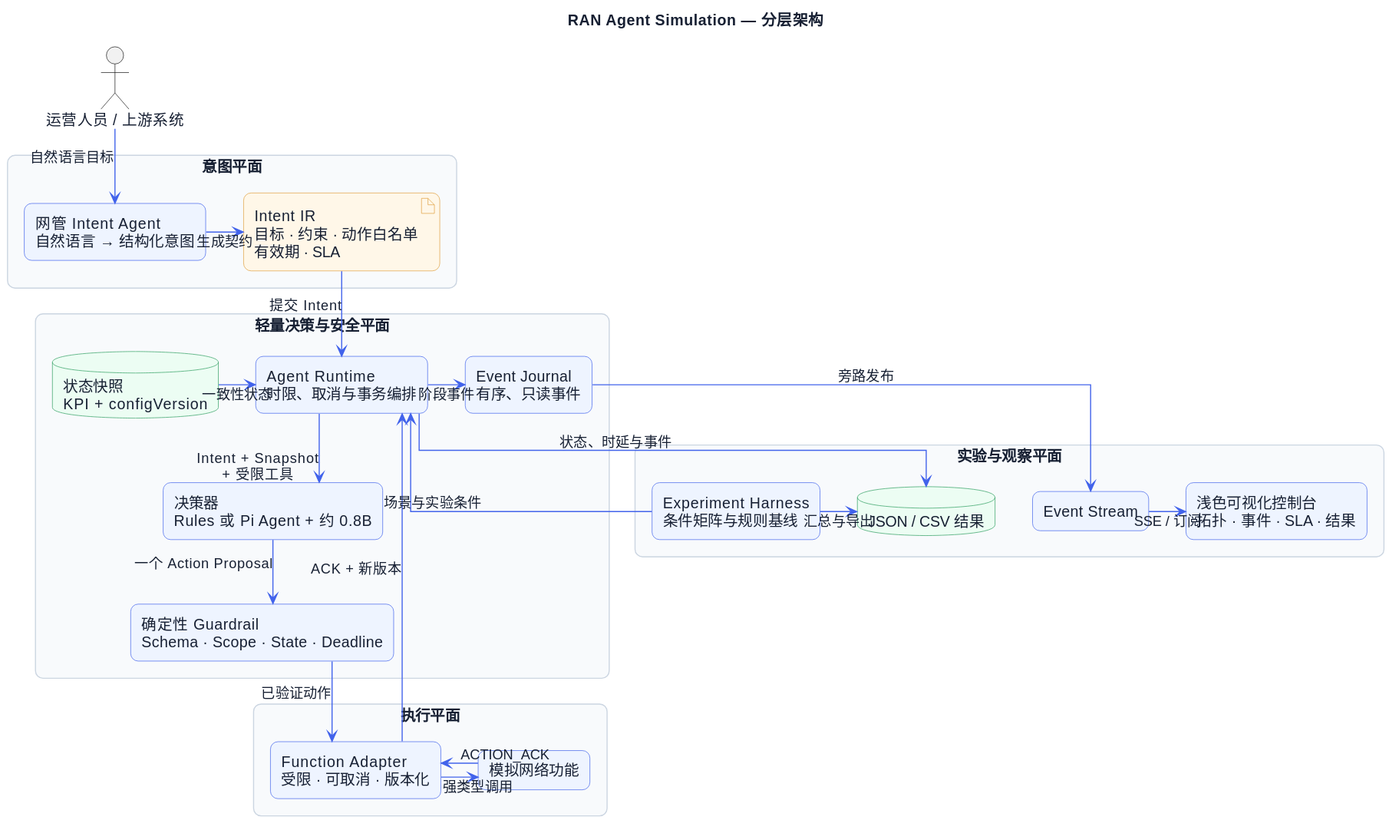
remonlimao-maker/ran-agent-simulation keeps this PlantUML diagram as docs/diagrams/architecture.svg. Above is the earlier version. The source it was exported from:
```plantuml
@startuml
title RAN Agent Simulation — 分层架构

top to bottom direction
skinparam backgroundColor #FFFFFF
skinparam shadowing false
skinparam roundcorner 14
skinparam linetype ortho
skinparam defaultFontName SansSerif
skinparam defaultFontColor #172033
skinparam ArrowColor #4263EB
skinparam packageStyle rectangle
skinparam componentStyle rectangle
skinparam package {
  BackgroundColor #F8FAFC
  BorderColor #CBD5E1
  FontColor #172033
}
skinparam component {
  BackgroundColor #EEF4FF
  BorderColor #4263EB
  FontColor #172033
}
skinparam artifact {
  BackgroundColor #FFF7E8
  BorderColor #E09F3E
  FontColor #172033
}
skinparam database {
  BackgroundColor #ECFDF3
  BorderColor #2F9E60
  FontColor #172033
}

actor "运营人员 / 上游系统" as Operator

package "意图平面" as IntentPlane {
  [网管 Intent Agent\n自然语言 → 结构化意图] as IntentAgent
  artifact "Intent IR\n目标 · 约束 · 动作白名单\n有效期 · SLA" as IntentIR
  IntentAgent -right-> IntentIR : 生成契约
}

package "轻量决策与安全平面" as DecisionPlane {
  [Agent Runtime\n时限、取消与事务编排] as Runtime
  database "状态快照\nKPI + configVersion" as Snapshot
  [决策器\nRules 或 Pi Agent + 约 0.8B] as Decision
  [确定性 Guardrail\nSchema · Scope · State · Deadline] as Guard
  [Event Journal\n有序、只读事件] as Journal

  Snapshot -right-> Runtime : 一致性状态
  Runtime -down-> Decision : Intent + Snapshot\n+ 受限工具
  Decision -down-> Guard : 一个 Action Proposal
  Runtime -right-> Journal : 阶段事件
}

package "执行平面" as ExecutionPlane {
  [Function Adapter\n受限 · 可取消 · 版本化] as Adapter
  [模拟网络功能] as Functions
  Adapter -right-> Functions : 强类型调用
  Functions -left-> Adapter : ACTION_ACK
}

package "实验与观察平面" as ObservePlane {
  [Experiment Harness\n条件矩阵与规则基线] as Harness
  [Event Stream] as Stream
  [浅色可视化控制台\n拓扑 · 事件 · SLA · 结果] as UI
  database "JSON / CSV 结果" as Results

  Stream -right-> UI : SSE / 订阅
  Harness -right-> Results : 汇总与导出
}

Operator -down-> IntentAgent : 自然语言目标
IntentIR -down-> Runtime : 提交 Intent
Guard -down-> Adapter : 已验证动作
Adapter -up-> Runtime : ACK + 新版本

Harness -up-> Runtime : 场景与实验条件
Runtime -down-> Results : 状态、时延与事件
Journal -down-> Stream : 旁路发布
@enduml
```
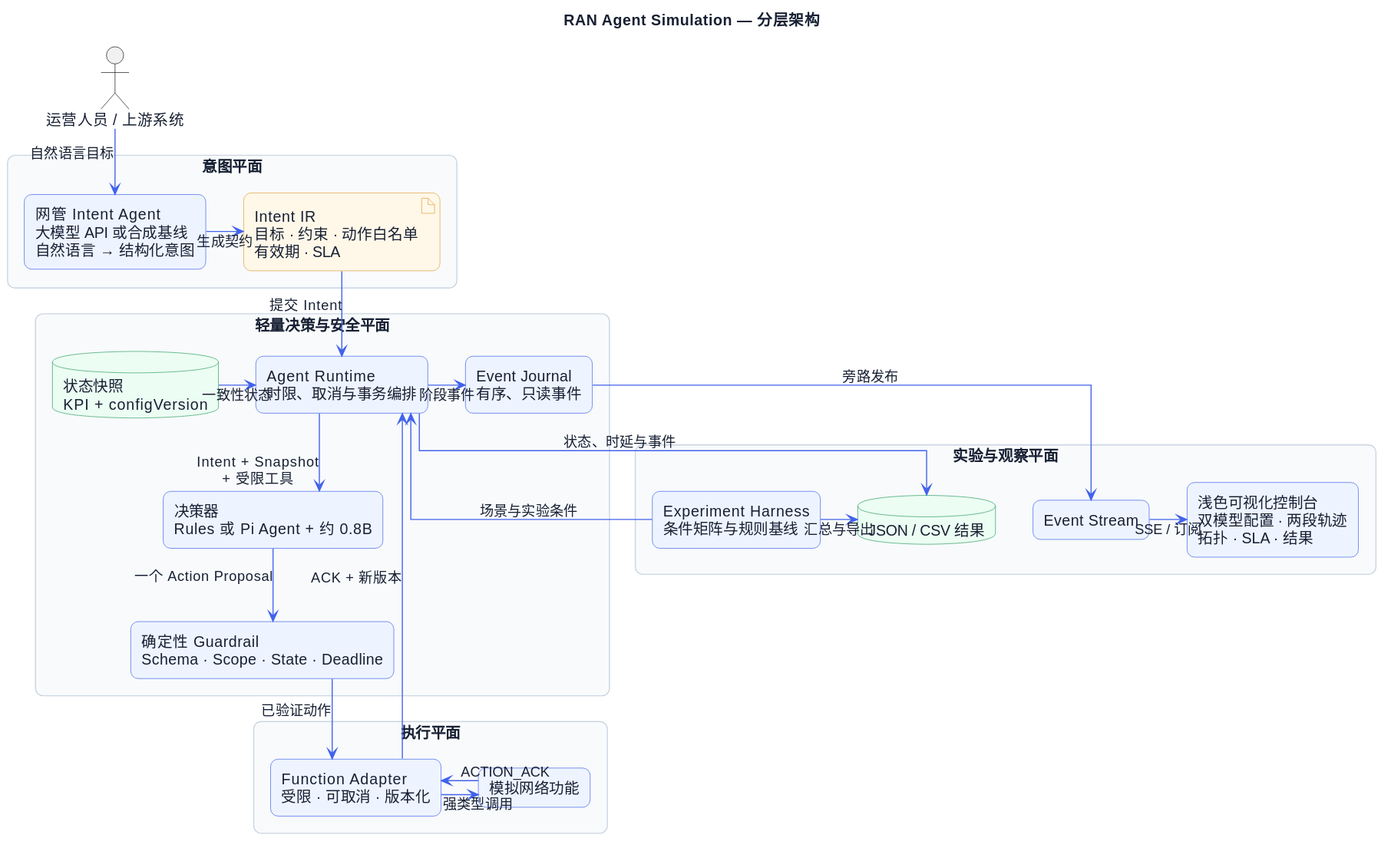
After the commit.

What changed in the source:
```diff
@@ -35,7 +35,7 @@
 actor "运营人员 / 上游系统" as Operator
 
 package "意图平面" as IntentPlane {
-  [网管 Intent Agent\n自然语言 → 结构化意图] as IntentAgent
+  [网管 Intent Agent\n大模型 API 或合成基线\n自然语言 → 结构化意图] as IntentAgent
   artifact "Intent IR\n目标 · 约束 · 动作白名单\n有效期 · SLA" as IntentIR
   IntentAgent -right-> IntentIR : 生成契约
 }
@@ -63,7 +63,7 @@
 package "实验与观察平面" as ObservePlane {
   [Experiment Harness\n条件矩阵与规则基线] as Harness
   [Event Stream] as Stream
-  [浅色可视化控制台\n拓扑 · 事件 · SLA · 结果] as UI
+  [浅色可视化控制台\n双模型配置 · 两段轨迹\n拓扑 · SLA · 结果] as UI
   database "JSON / CSV 结果" as Results
 
   Stream -right-> UI : SSE / 订阅
```
